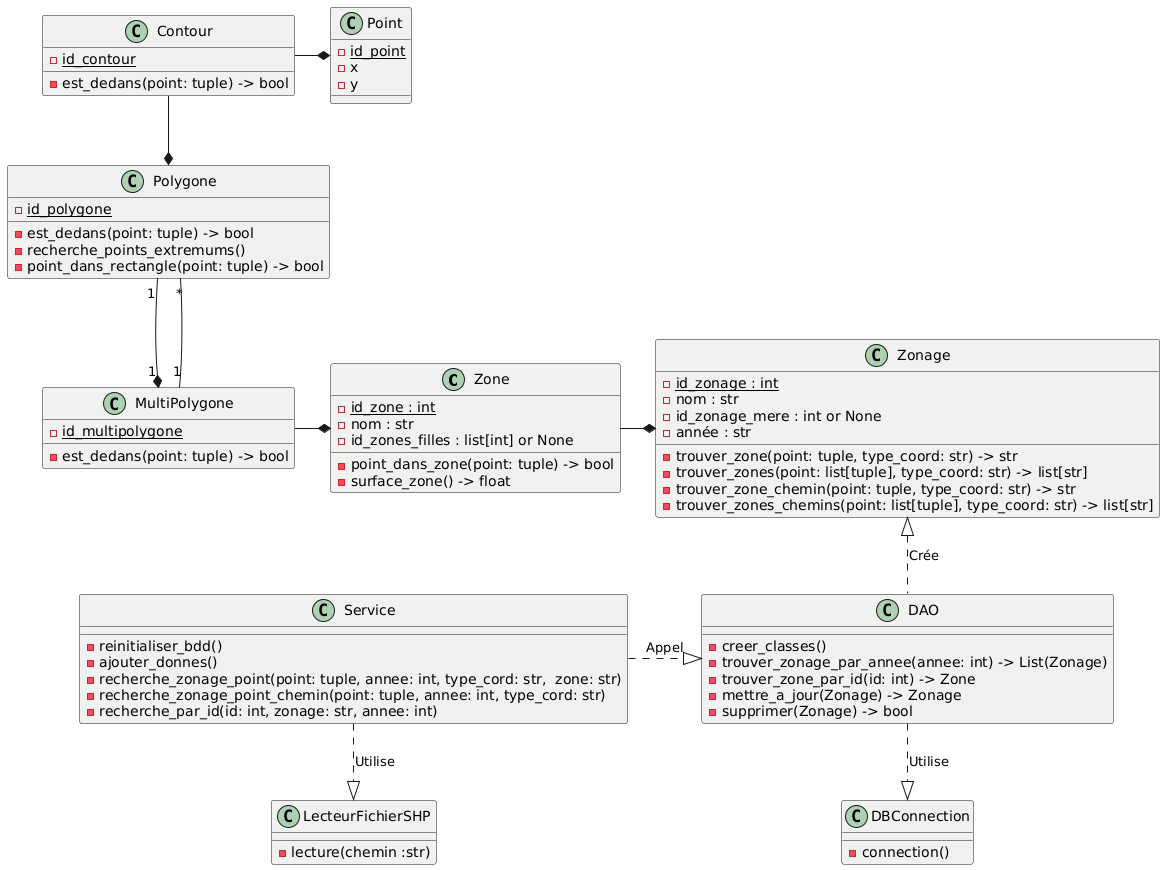
The PlantUML diagram doc/diagrammes/diagramme_classes.png in antoni-guardia/ENSAI_ProjetInfo2A, before a commit.
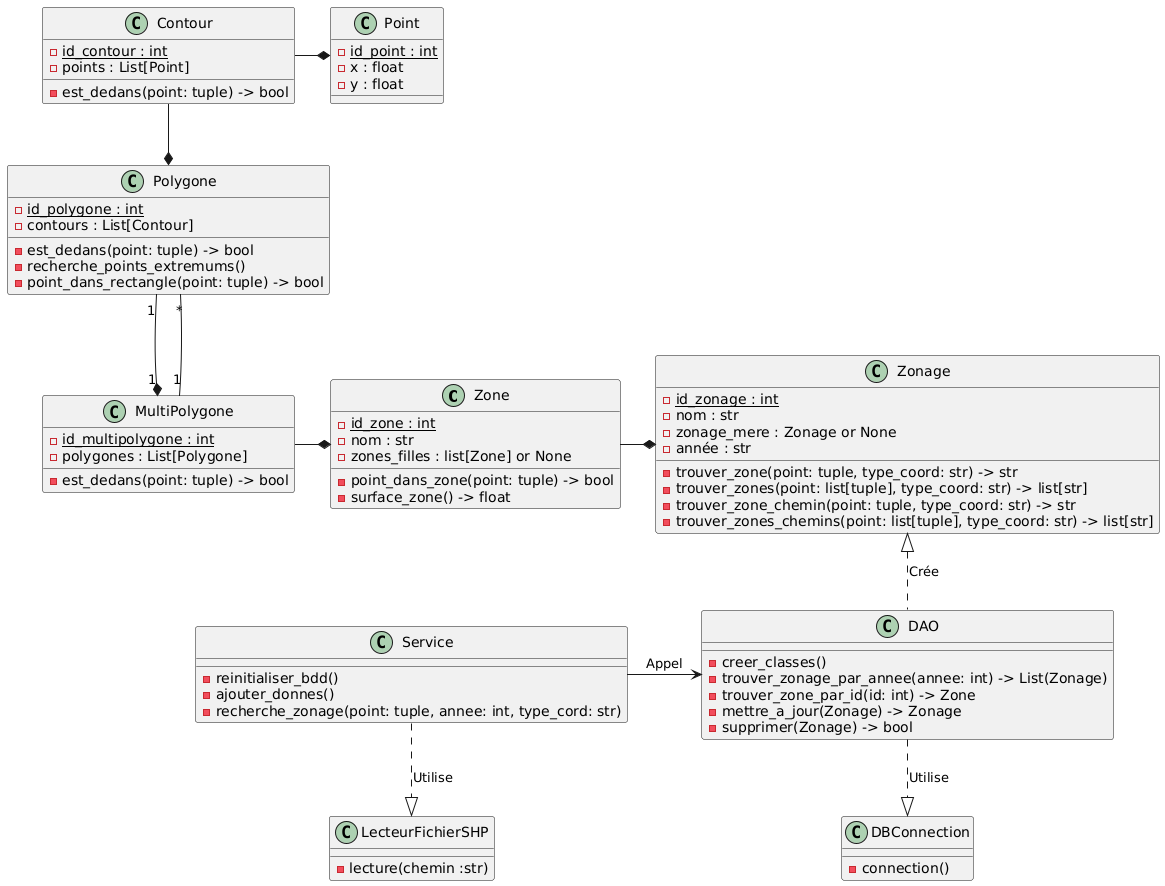
Later version of the same file.

Commit message:
maj diag clas

Diff of the diagram source:
```diff
@@ -2,7 +2,7 @@
 class Zone {
  - {Static} id_zone : int
  - nom : str
- - id_zones_filles : list[int] or None
+ - zones_filles : list[Zone] or None
  - point_dans_zone(point: tuple) -> bool
  - surface_zone() -> float
  }
@@ -10,7 +10,7 @@
 class Zonage {
  - {Static} id_zonage : int
  - nom : str
- - id_zonage_mere : int or None
+ - zonage_mere : Zonage or None
  - année : str
  - trouver_zone(point: tuple, type_coord: str) -> str
  - trouver_zones(point: list[tuple], type_coord: str) -> list[str]
@@ -19,28 +19,30 @@
  }
 
 class MultiPolygone{
- - {Static} id_multipolygone
+ - {Static} id_multipolygone : int
+ - polygones : List[Polygone]
  - est_dedans(point: tuple) -> bool
  }
 
 
 class Polygone{
- - {Static} id_polygone
-
+ - {Static} id_polygone : int
+ - contours : List[Contour]
  - est_dedans(point: tuple) -> bool
  - recherche_points_extremums()
  - point_dans_rectangle(point: tuple) -> bool
 }
 
 class Contour{
- - {Static} id_contour
+ - {Static} id_contour : int
+ - points : List[Point]
  - est_dedans(point: tuple) -> bool
 }
 
 class Point{
- - {Static} id_point
- - x
- - y
+ - {Static} id_point : int
+ - x : float
+ - y : float
 }
 
 class DAO{
@@ -64,9 +66,7 @@
 class Service{
 - reinitialiser_bdd()
 - ajouter_donnes()
-- recherche_zonage_point(point: tuple, annee: int, type_cord: str,  zone: str)
-- recherche_zonage_point_chemin(point: tuple, annee: int, type_cord: str)
-- recherche_par_id(id: int, zonage: str, annee: int)
+- recherche_zonage(point: tuple, annee: int, type_cord: str)
 }
 
 Contour -right-* Point
@@ -81,5 +81,5 @@
 
 DBConnection <|.up. DAO : Utilise
 LecteurFichierSHP <|.up. Service : Utilise
-Service ..-right-|> DAO : Appel
+Service -> DAO : Appel
 @enduml
```
